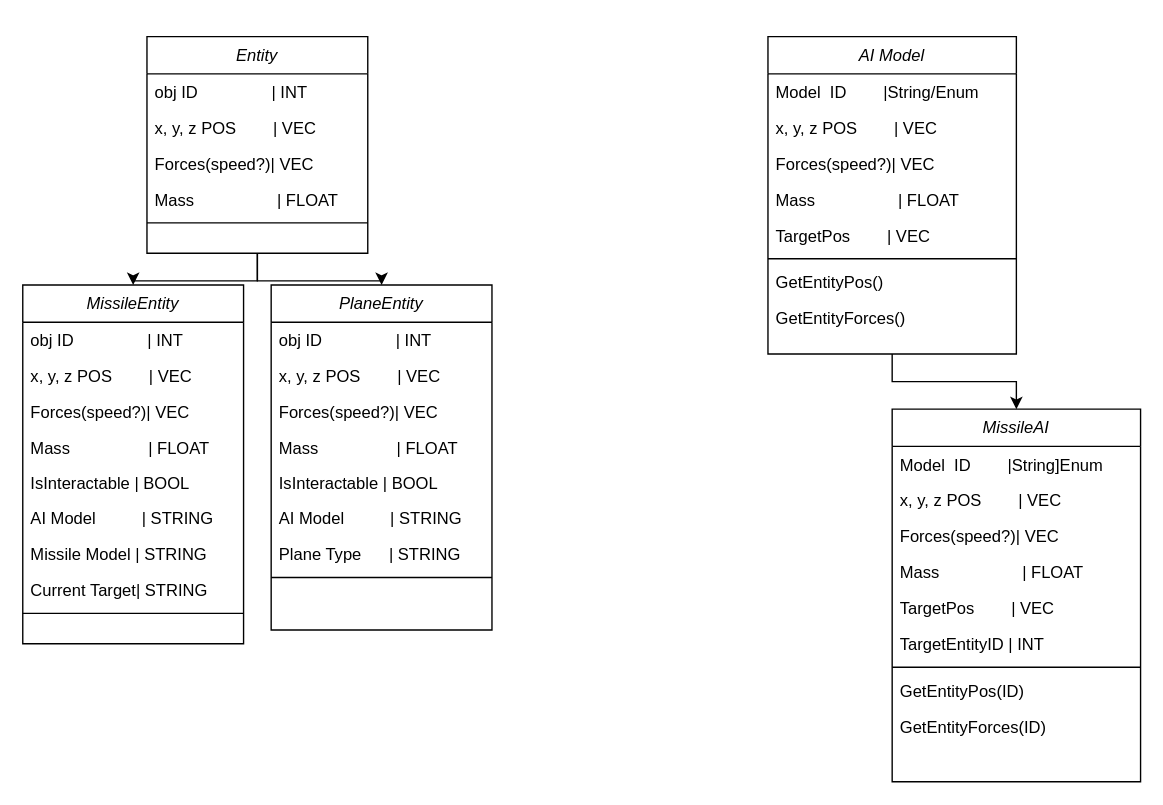
Earlier version of the draw.io diagram diagrams/Class diagram.drawio (NickSishchuck/renderer). Source tidied: cells renumbered, new cells numbered last; positions are measured from the earlier drawing's top-left corner, leaving out a move shared by most shapes. Both pictures are drawn from the tidied source at 138%, with x=0, y=0 at pixel (22, 36).
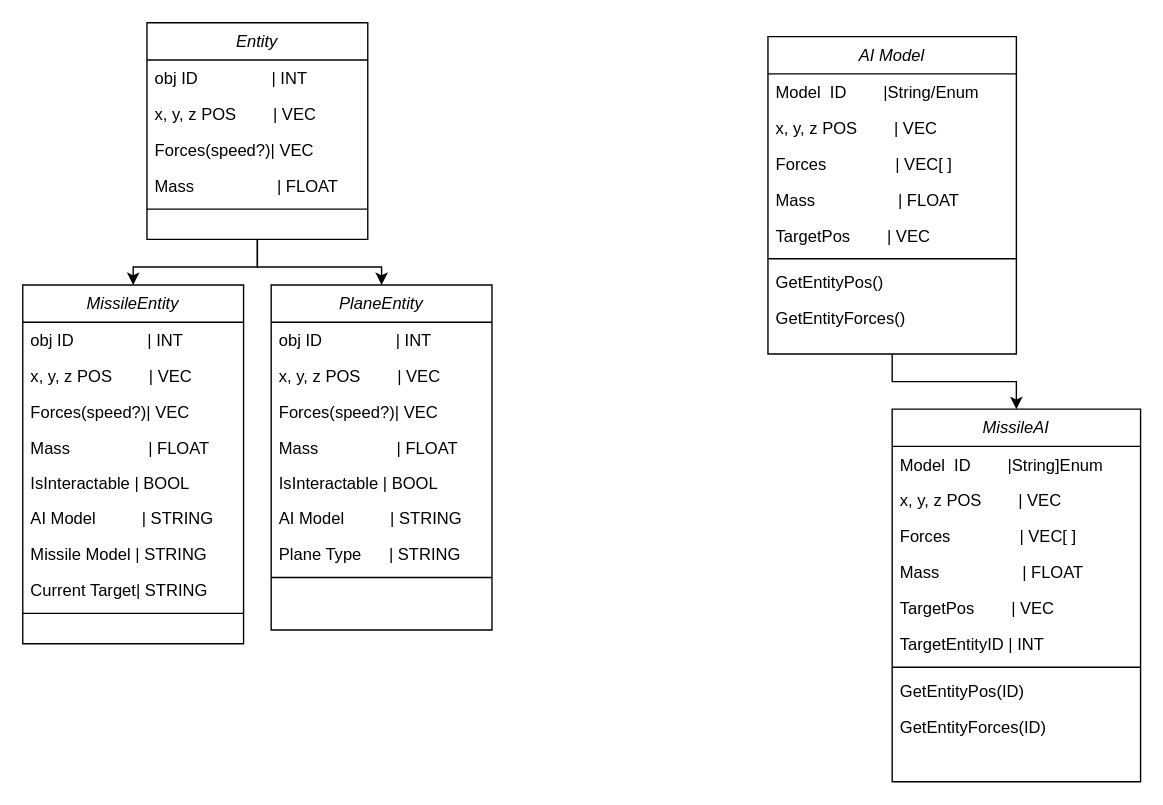
Above is the later version.

The change refers to these unchanged cells:
```xml
<mxCell id="29" value="AI Model" style="swimlane;fontStyle=2;align=center;verticalAlign=top;horizontal=1;startSize=27;rounded=0;shadow=0;strokeWidth=1;" parent="1" vertex="1">
  <mxGeometry x="540" width="180" height="230" as="geometry" />
</mxCell>
<mxCell id="38" value="MissileAI" style="swimlane;fontStyle=2;align=center;verticalAlign=top;horizontal=1;startSize=27;rounded=0;shadow=0;strokeWidth=1;" parent="1" vertex="1">
  <mxGeometry x="630" y="270" width="180" height="270" as="geometry" />
</mxCell>
```

Diff of the diagram source:
```diff
@@
     <mxCell id="4" value="Entity&#10;" style="swimlane;fontStyle=2;align=center;verticalAlign=top;horizontal=1;startSize=27;rounded=0;shadow=0;strokeWidth=1;" parent="1" vertex="1">
-      <mxGeometry x="90" width="160" height="157" as="geometry" />
+      <mxGeometry x="90" y="-10" width="160" height="157" as="geometry" />
     </mxCell>
@@
-    <mxCell id="32" value="Forces(speed?)| VEC" style="text;align=left;verticalAlign=top;spacingLeft=4;spacingRight=4;overflow=hidden;rounded=0;shadow=0;html=0;" parent="29" vertex="1">
+    <mxCell id="32" value="Forces               | VEC[ ]" style="text;align=left;verticalAlign=top;spacingLeft=4;spacingRight=4;overflow=hidden;rounded=0;shadow=0;html=0;" parent="29" vertex="1">
       <mxGeometry y="79" width="180" height="26" as="geometry" />
     </mxCell>
@@
-    <mxCell id="41" value="Forces(speed?)| VEC" style="text;align=left;verticalAlign=top;spacingLeft=4;spacingRight=4;overflow=hidden;rounded=0;shadow=0;html=0;" parent="38" vertex="1">
+    <mxCell id="41" value="Forces               | VEC[ ]" style="text;align=left;verticalAlign=top;spacingLeft=4;spacingRight=4;overflow=hidden;rounded=0;shadow=0;html=0;" parent="38" vertex="1">
       <mxGeometry y="79" width="180" height="26" as="geometry" />
     </mxCell>
```
